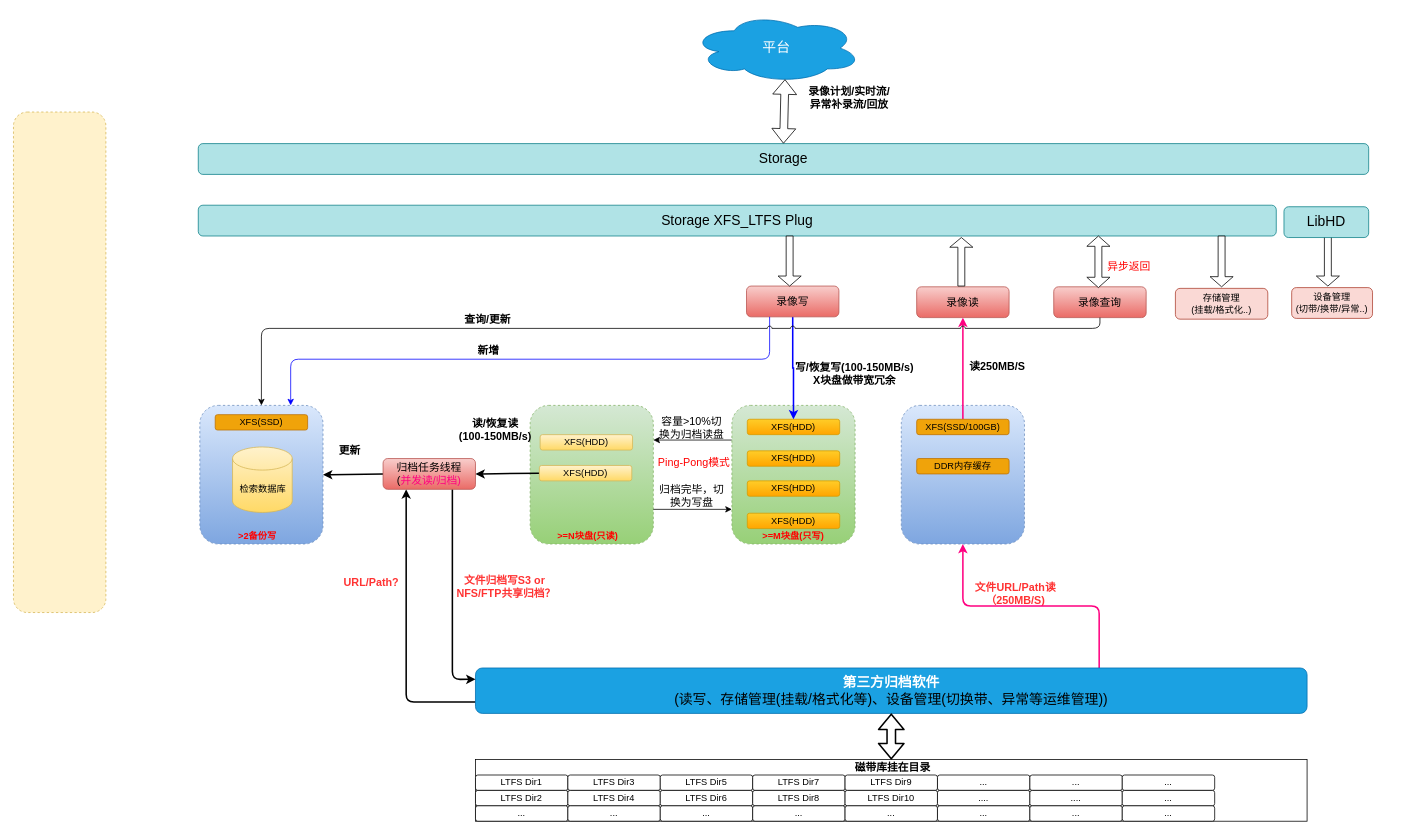
Above: Cidai_3.drawio in snowolfhawk/ceph-scripts (draw.io), before the change. Source tidied: cells renumbered, new cells numbered last; positions are measured from the earlier drawing's top-left corner, leaving out a move shared by most shapes. Both pictures are drawn from the tidied source at 77%, with x=0, y=0 at pixel (13, 13).
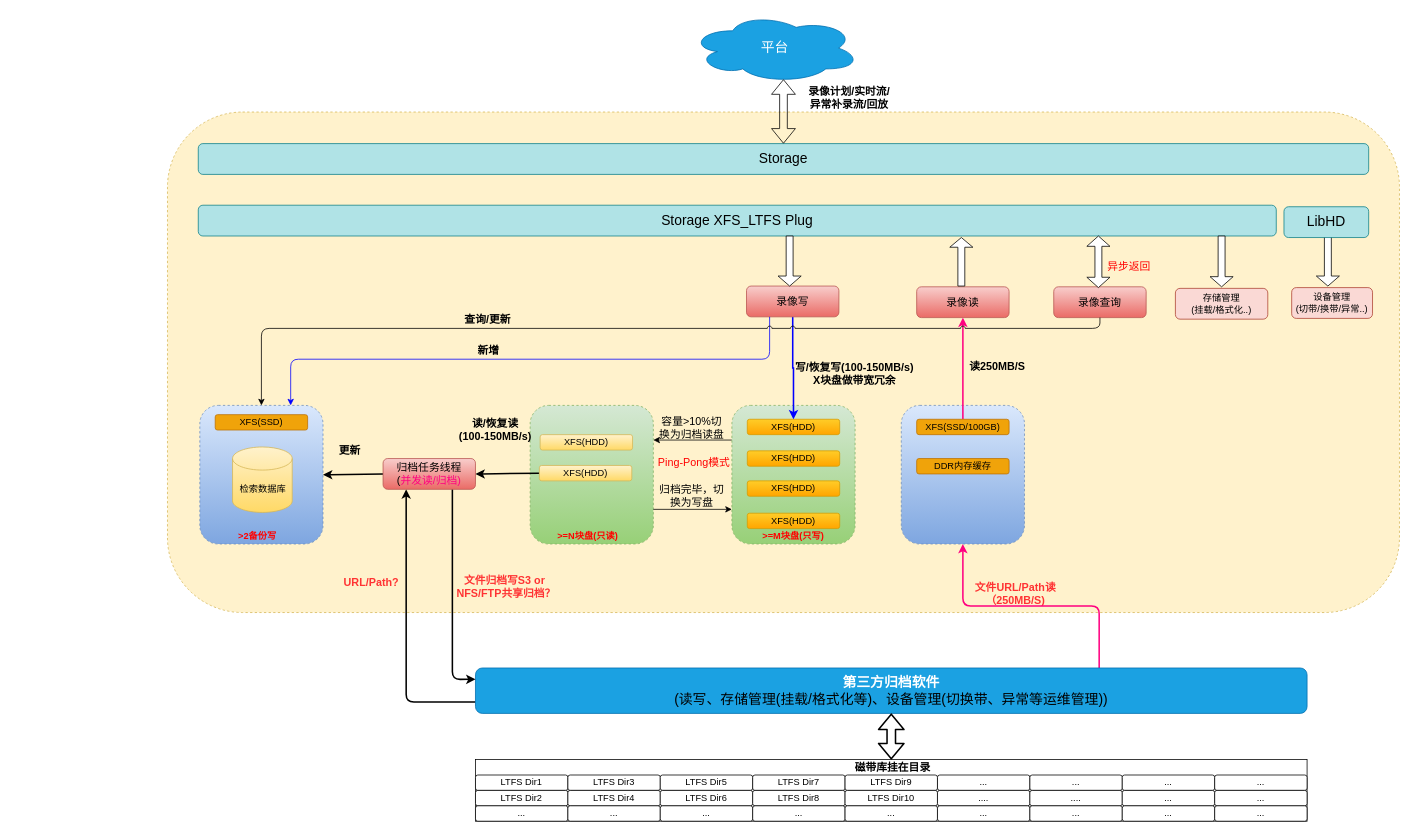
The same page after the edit.

Diff of the diagram source:
```diff
@@
     <mxCell id="2" style="rounded=1;whiteSpace=wrap;html=1;fontSize=18;dashed=1;fillColor=#fff2cc;strokeColor=#d6b656;" parent="1" vertex="1">
-      <mxGeometry y="128" width="120" height="650" as="geometry" />
+      <mxGeometry x="200" y="128" width="1600" height="650" as="geometry" />
     </mxCell>
@@
     <mxCell id="69" value="平台" style="ellipse;shape=cloud;whiteSpace=wrap;html=1;fontSize=18;fillColor=#1ba1e2;strokeColor=#006EAF;fontColor=#ffffff;" parent="1" vertex="1">
-      <mxGeometry x="881" width="220" height="90" as="geometry" />
+      <mxGeometry x="879" width="220" height="90" as="geometry" />
     </mxCell>
@@
+    <mxCell id="89" value="..." style="rounded=1;whiteSpace=wrap;html=1;" parent="1" vertex="1">
+      <mxGeometry x="1560" y="989" width="120" height="20" as="geometry" />
+    </mxCell>
+    <mxCell id="90" value="..." style="rounded=1;whiteSpace=wrap;html=1;" parent="1" vertex="1">
+      <mxGeometry x="1560" y="1009" width="120" height="20" as="geometry" />
+    </mxCell>
+    <mxCell id="91" value="&lt;span style=&quot;&quot;&gt;...&lt;/span&gt;" style="rounded=1;whiteSpace=wrap;html=1;" parent="1" vertex="1">
+      <mxGeometry x="1560" y="1029" width="120" height="20" as="geometry" />
+    </mxCell>
```
